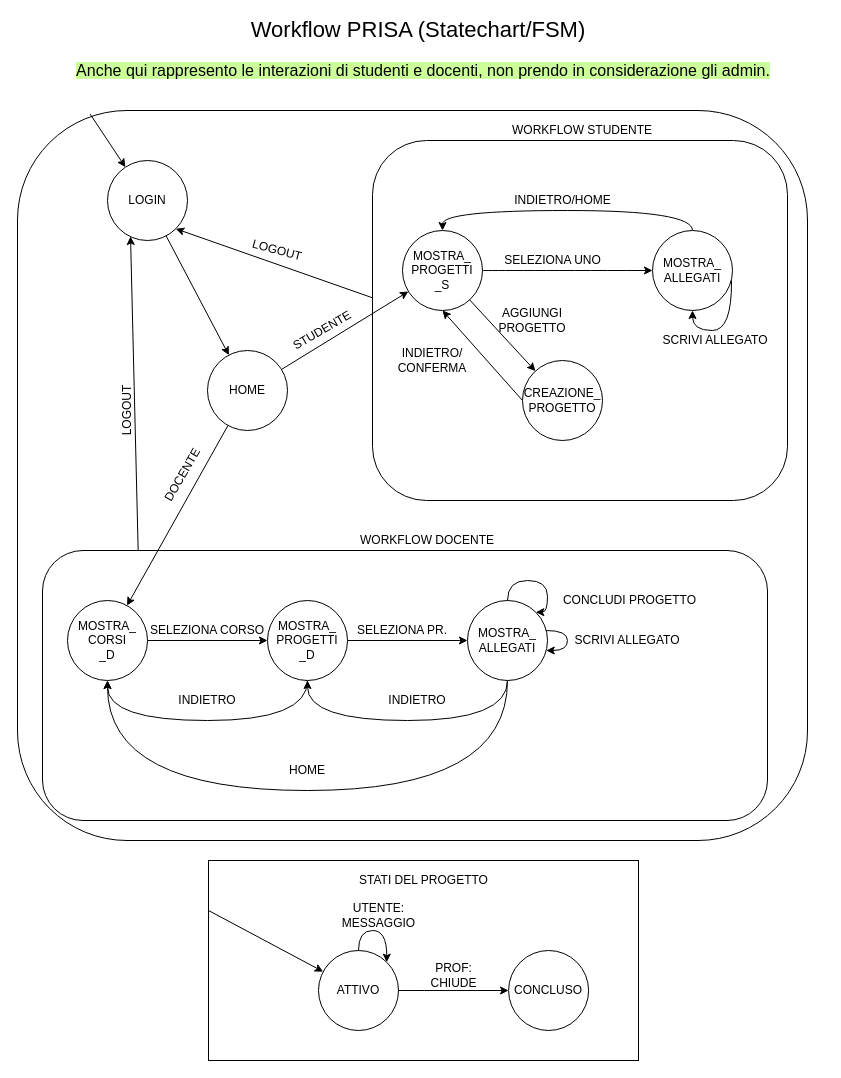
Above: page "MODELLO_SC_FSM" (3 of 5) of prisa_eer.drawio in Cippo95/prisa (draw.io), before the change. Source tidied: cells renumbered, new cells numbered last; positions are measured from the earlier drawing's top-left corner, leaving out a move shared by most shapes. Both pictures are drawn from the tidied source at 100%, with x=0, y=0 at pixel (17, 20).
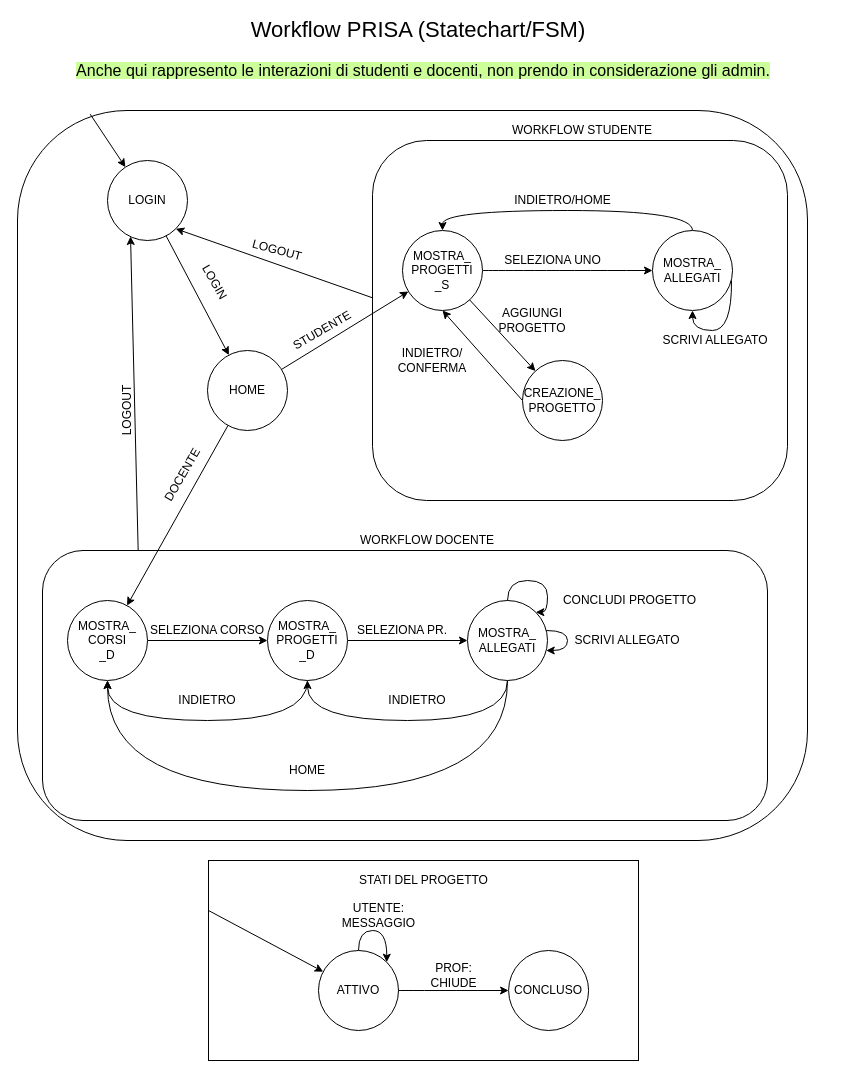
The same diagram, later.

The edit, as a diff of the source:
```diff
@@
+    <mxCell id="60" value="&lt;font style=&quot;font-size: 12px&quot;&gt;LOGIN&lt;/font&gt;" style="text;html=1;strokeColor=none;fillColor=none;align=center;verticalAlign=middle;whiteSpace=wrap;rounded=0;labelBackgroundColor=none;fontSize=20;rotation=60;" parent="1" vertex="1">
+      <mxGeometry x="181" y="250" width="40" height="20" as="geometry" />
+    </mxCell>
```
